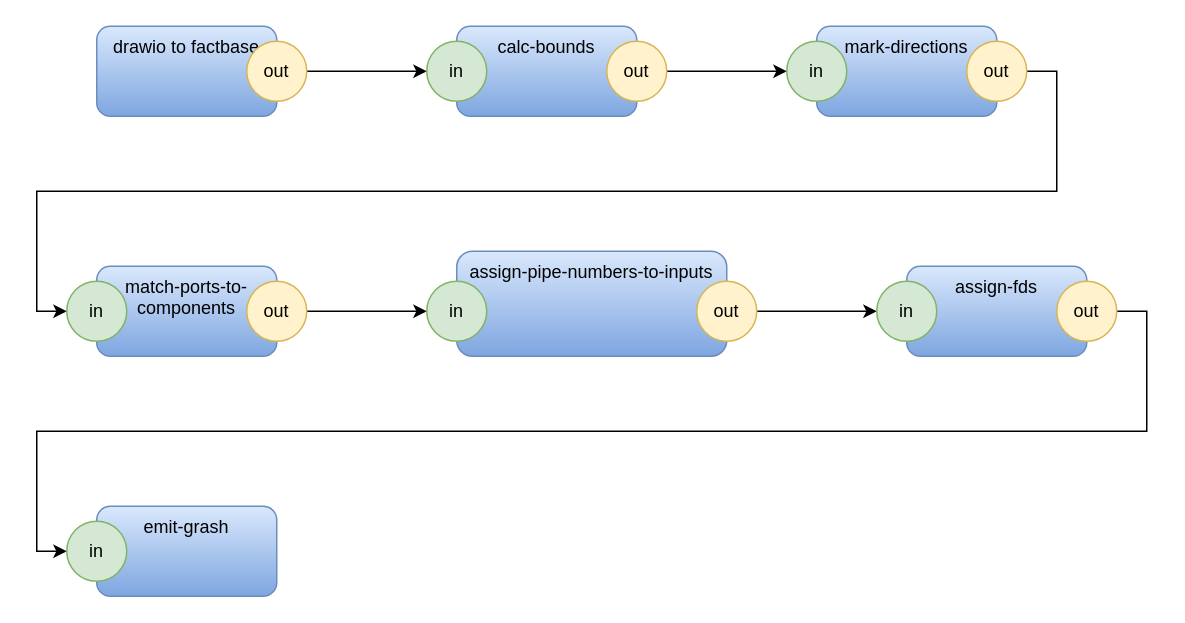
guitarvydas/vsh keeps this draw.io diagram as vsh.drawio. Above is the earlier version. Source tidied: cells renumbered, new cells numbered last; positions are measured from the earlier drawing's top-left corner, leaving out a move shared by most shapes. Both pictures are drawn from the tidied source at 150%, with x=0, y=0 at pixel (66, 26).
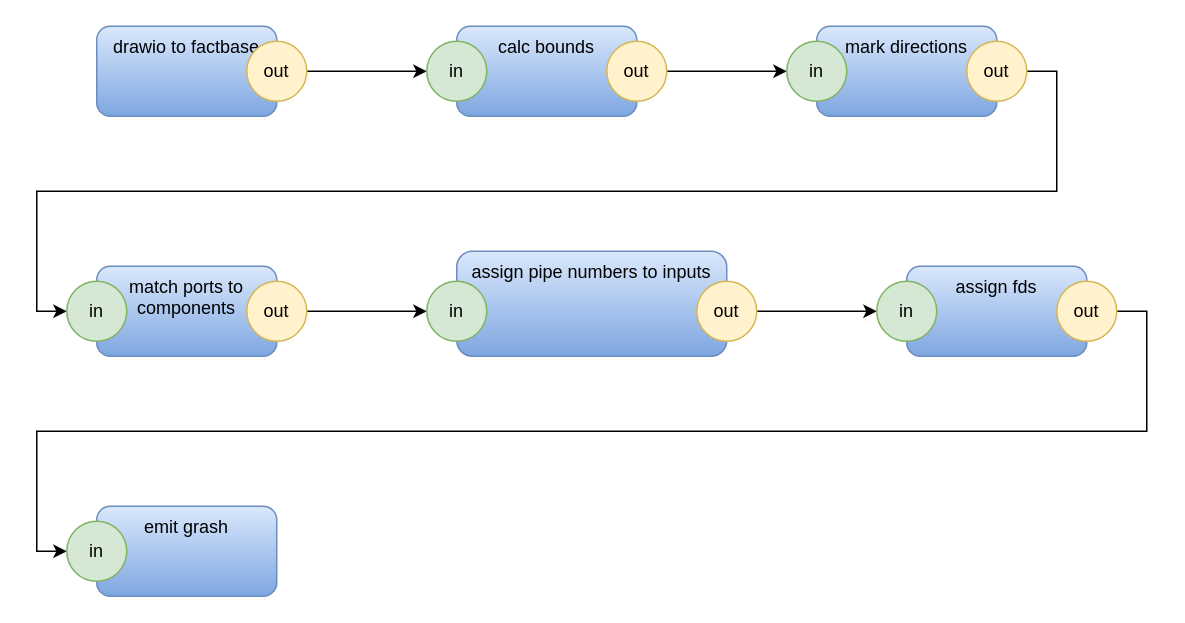
The same diagram, later.

What changed in the source:
```diff
@@
-    <mxCell id="5" value="calc-bounds" style="rounded=1;whiteSpace=wrap;html=1;gradientColor=#7ea6e0;fillColor=#dae8fc;strokeColor=#6c8ebf;verticalAlign=top;" parent="1" vertex="1">
+    <mxCell id="5" value="calc bounds" style="rounded=1;whiteSpace=wrap;html=1;gradientColor=#7ea6e0;fillColor=#dae8fc;strokeColor=#6c8ebf;verticalAlign=top;" parent="1" vertex="1">
       <mxGeometry x="260" width="120" height="60" as="geometry" />
     </mxCell>
@@
-    <mxCell id="9" value="mark-directions" style="rounded=1;whiteSpace=wrap;html=1;gradientColor=#7ea6e0;fillColor=#dae8fc;strokeColor=#6c8ebf;verticalAlign=top;" parent="1" vertex="1">
+    <mxCell id="9" value="mark directions" style="rounded=1;whiteSpace=wrap;html=1;gradientColor=#7ea6e0;fillColor=#dae8fc;strokeColor=#6c8ebf;verticalAlign=top;" parent="1" vertex="1">
       <mxGeometry x="500" width="120" height="60" as="geometry" />
     </mxCell>
@@
-    <mxCell id="13" value="match-ports-to-components" style="rounded=1;whiteSpace=wrap;html=1;gradientColor=#7ea6e0;fillColor=#dae8fc;strokeColor=#6c8ebf;verticalAlign=top;" parent="1" vertex="1">
+    <mxCell id="13" value="match ports to components" style="rounded=1;whiteSpace=wrap;html=1;gradientColor=#7ea6e0;fillColor=#dae8fc;strokeColor=#6c8ebf;verticalAlign=top;" parent="1" vertex="1">
       <mxGeometry x="20" y="160" width="120" height="60" as="geometry" />
     </mxCell>
@@
-    <mxCell id="17" value="assign-pipe-numbers-to-inputs" style="rounded=1;whiteSpace=wrap;html=1;gradientColor=#7ea6e0;fillColor=#dae8fc;strokeColor=#6c8ebf;verticalAlign=top;" parent="1" vertex="1">
+    <mxCell id="17" value="assign pipe numbers to inputs" style="rounded=1;whiteSpace=wrap;html=1;gradientColor=#7ea6e0;fillColor=#dae8fc;strokeColor=#6c8ebf;verticalAlign=top;" parent="1" vertex="1">
       <mxGeometry x="260" y="150" width="180" height="70" as="geometry" />
     </mxCell>
@@
-    <mxCell id="21" value="assign-fds" style="rounded=1;whiteSpace=wrap;html=1;gradientColor=#7ea6e0;fillColor=#dae8fc;strokeColor=#6c8ebf;verticalAlign=top;" parent="1" vertex="1">
+    <mxCell id="21" value="assign fds" style="rounded=1;whiteSpace=wrap;html=1;gradientColor=#7ea6e0;fillColor=#dae8fc;strokeColor=#6c8ebf;verticalAlign=top;" parent="1" vertex="1">
       <mxGeometry x="560" y="160" width="120" height="60" as="geometry" />
     </mxCell>
@@
-    <mxCell id="25" value="emit-grash" style="rounded=1;whiteSpace=wrap;html=1;gradientColor=#7ea6e0;fillColor=#dae8fc;strokeColor=#6c8ebf;verticalAlign=top;" parent="1" vertex="1">
+    <mxCell id="25" value="emit grash" style="rounded=1;whiteSpace=wrap;html=1;gradientColor=#7ea6e0;fillColor=#dae8fc;strokeColor=#6c8ebf;verticalAlign=top;" parent="1" vertex="1">
       <mxGeometry x="20" y="320" width="120" height="60" as="geometry" />
     </mxCell>
```
